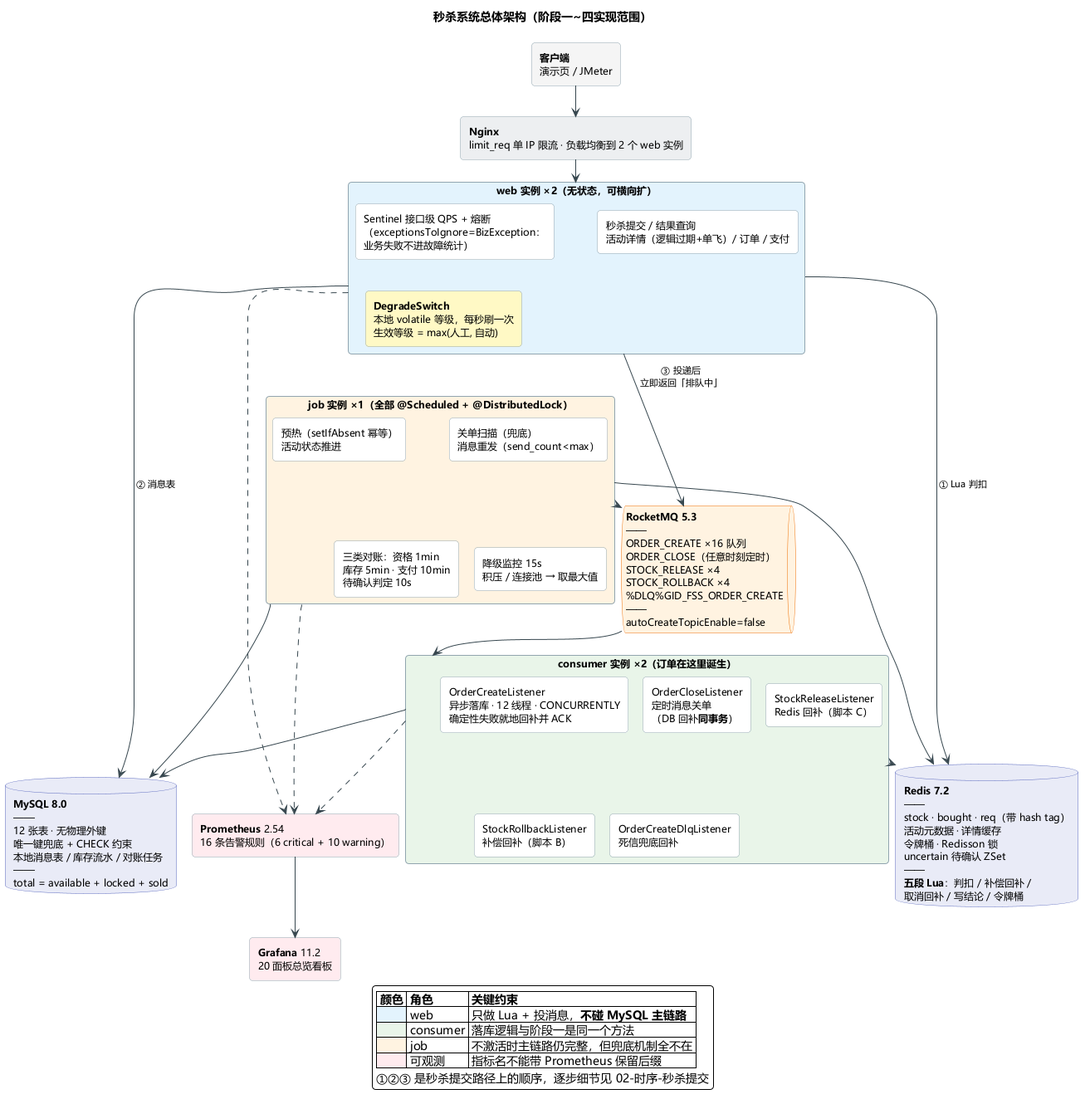
Before: docs/uml/png/01-架构图.png, a diagram exported from PlantUML (buhuiquming12/flash_sale_system). Source of this version:
```plantuml
@startuml 01-架构图
!pragma layout smetana

skinparam backgroundColor #FEFEFE
skinparam defaultFontName Microsoft YaHei
skinparam defaultFontSize 12
skinparam roundCorner 8
skinparam shadowing false
skinparam nodesep 25
skinparam ranksep 40
skinparam ArrowColor #37474F
skinparam ArrowFontSize 11
skinparam rectangle {
  BorderColor #90A4AE
  BackgroundColor #FFFFFF
}
skinparam database {
  BorderColor #5C6BC0
  BackgroundColor #E8EAF6
}
skinparam queue {
  BorderColor #EF6C00
  BackgroundColor #FFF3E0
}

title 秒杀系统总体架构（阶段一~四实现范围）

rectangle "**客户端**\n演示页 / JMeter" as client #F5F5F5

rectangle "**Nginx**\nlimit_req 单 IP 限流 · 负载均衡到 2 个 web 实例" as nginx #ECEFF1

rectangle "**web 实例 ×2**（无状态，可横向扩）" as web #E3F2FD {
  rectangle "Sentinel 接口级 QPS + 熔断\n（exceptionsToIgnore=BizException：\n业务失败不进故障统计）" as sentinel
  rectangle "秒杀提交 / 结果查询\n活动详情（逻辑过期+单飞）/ 订单 / 支付" as ctrl
  rectangle "**DegradeSwitch**\n本地 volatile 等级，每秒刷一次\n生效等级 = max(人工, 自动)" as degrade #FFF9C4
}

together {
  database "**Redis 7.2**\n——\nstock · bought · req（带 hash tag）\n活动元数据 · 详情缓存\n令牌桶 · Redisson 锁\nuncertain 待确认 ZSet\n——\n**五段 Lua**：判扣 / 补偿回补 /\n取消回补 / 写结论 / 令牌桶" as redis

  queue "**RocketMQ 5.3**\n——\nORDER_CREATE ×16 队列\nORDER_CLOSE（任意时刻定时）\nSTOCK_RELEASE ×4\nSTOCK_ROLLBACK ×4\n%DLQ%GID_FSS_ORDER_CREATE\n——\nautoCreateTopicEnable=false" as mq

  database "**MySQL 8.0**\n——\n12 张表 · 无物理外键\n唯一键兜底 + CHECK 约束\n本地消息表 / 库存流水 / 对账任务\n——\ntotal = available + locked + sold" as mysql
}

rectangle "**consumer 实例 ×2**（订单在这里诞生）" as consumer #E8F5E9 {
  rectangle "OrderCreateListener\n异步落库 · 12 线程 · CONCURRENTLY\n确定性失败就地回补并 ACK" as lsnCreate
  rectangle "OrderCloseListener\n定时消息关单\n（DB 回补**同事务**）" as lsnClose
  rectangle "StockReleaseListener\nRedis 回补（脚本 C）" as lsnRelease
  rectangle "StockRollbackListener\n补偿回补（脚本 B）" as lsnRollback
  rectangle "OrderCreateDlqListener\n死信兜底回补" as lsnDlq
}

rectangle "**job 实例 ×1**（全部 @Scheduled + @DistributedLock）" as job #FFF3E0 {
  rectangle "预热（setIfAbsent 幂等）\n活动状态推进" as jobWarm
  rectangle "关单扫描（兜底）\n消息重发（send_count<max）" as jobClose
  rectangle "三类对账：资格 1min\n库存 5min · 支付 10min\n待确认判定 10s" as jobRec
  rectangle "降级监控 15s\n积压 / 连接池 → 取最大值" as jobDeg
}

rectangle "**Prometheus** 2.54\n16 条告警规则（6 critical + 10 warning）" as prom #FFEBEE
rectangle "**Grafana** 11.2\n20 面板总览看板" as grafana #FFEBEE

client  --> nginx
nginx   --> web

web     --> redis  : ① Lua 判扣
web     --> mysql  : ② 消息表
web     --> mq     : ③ 投递后\n立即返回「排队中」

mq      --> consumer
consumer --> mysql
consumer --> redis

job     --> redis
job     --> mysql
job     --> mq

web      ..> prom
consumer ..> prom
job      ..> prom
prom    --> grafana

legend bottom
  |= 颜色 |= 角色 |= 关键约束 |
  | <#E3F2FD> | web | 只做 Lua + 投消息，**不碰 MySQL 主链路** |
  | <#E8F5E9> | consumer | 落库逻辑与阶段一是同一个方法 |
  | <#FFF3E0> | job | 不激活时主链路仍完整，但兜底机制全不在 |
  | <#FFEBEE> | 可观测 | 指标名不能带 Prometheus 保留后缀 |
  ①②③ 是秒杀提交路径上的顺序，逐步细节见 02-时序-秒杀提交
endlegend

@enduml
```
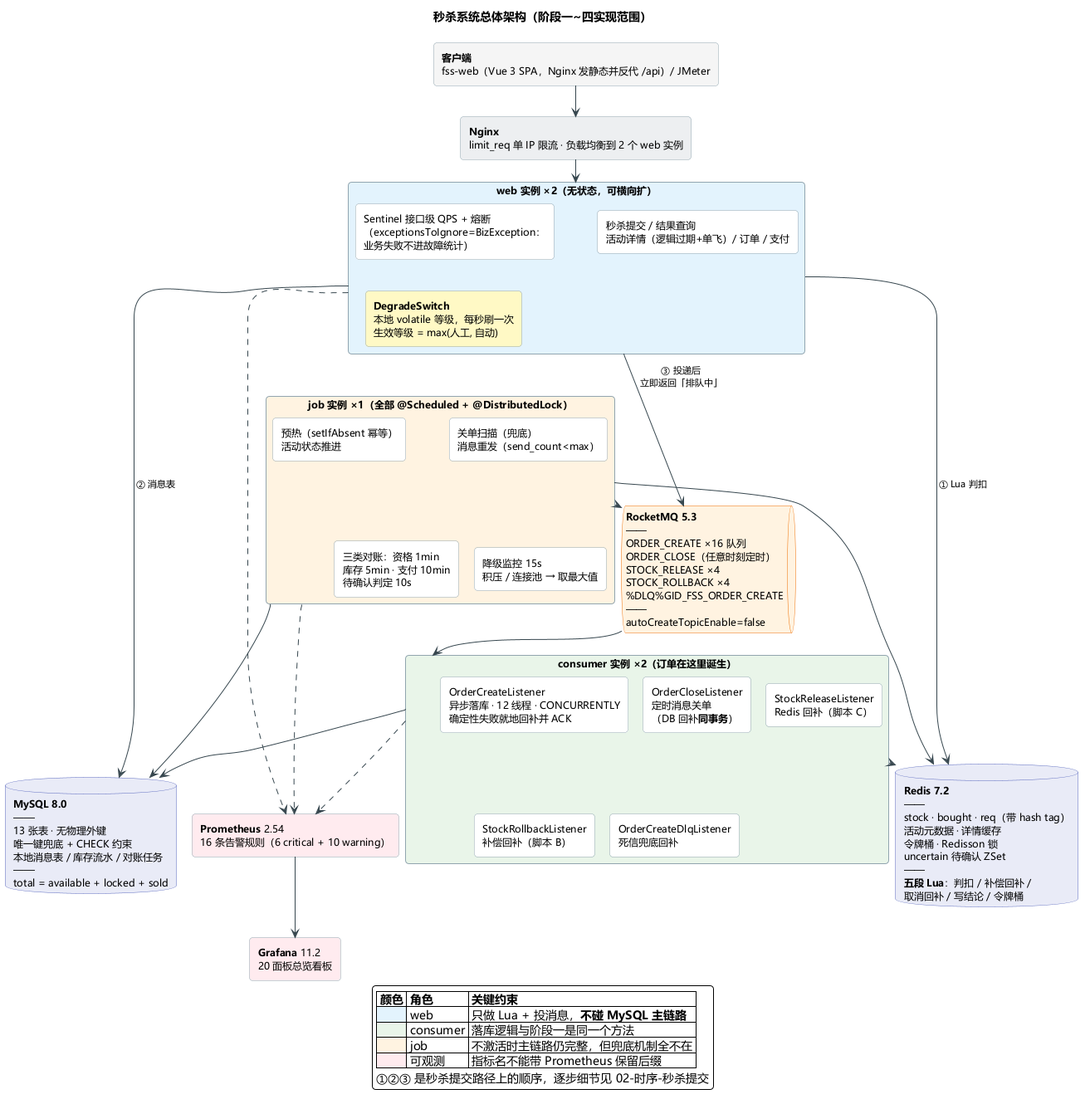
After the commit.

Diff of the diagram source:
```diff
@@ -25,7 +25,7 @@
 
 title 秒杀系统总体架构（阶段一~四实现范围）
 
-rectangle "**客户端**\n演示页 / JMeter" as client #F5F5F5
+rectangle "**客户端**\nfss-web（Vue 3 SPA，Nginx 发静态并反代 /api）/ JMeter" as client #F5F5F5
 
 rectangle "**Nginx**\nlimit_req 单 IP 限流 · 负载均衡到 2 个 web 实例" as nginx #ECEFF1
 
@@ -40,7 +40,7 @@
 
   queue "**RocketMQ 5.3**\n——\nORDER_CREATE ×16 队列\nORDER_CLOSE（任意时刻定时）\nSTOCK_RELEASE ×4\nSTOCK_ROLLBACK ×4\n%DLQ%GID_FSS_ORDER_CREATE\n——\nautoCreateTopicEnable=false" as mq
 
-  database "**MySQL 8.0**\n——\n12 张表 · 无物理外键\n唯一键兜底 + CHECK 约束\n本地消息表 / 库存流水 / 对账任务\n——\ntotal = available + locked + sold" as mysql
+  database "**MySQL 8.0**\n——\n13 张表 · 无物理外键\n唯一键兜底 + CHECK 约束\n本地消息表 / 库存流水 / 对账任务\n——\ntotal = available + locked + sold" as mysql
 }
 
 rectangle "**consumer 实例 ×2**（订单在这里诞生）" as consumer #E8F5E9 {
```
